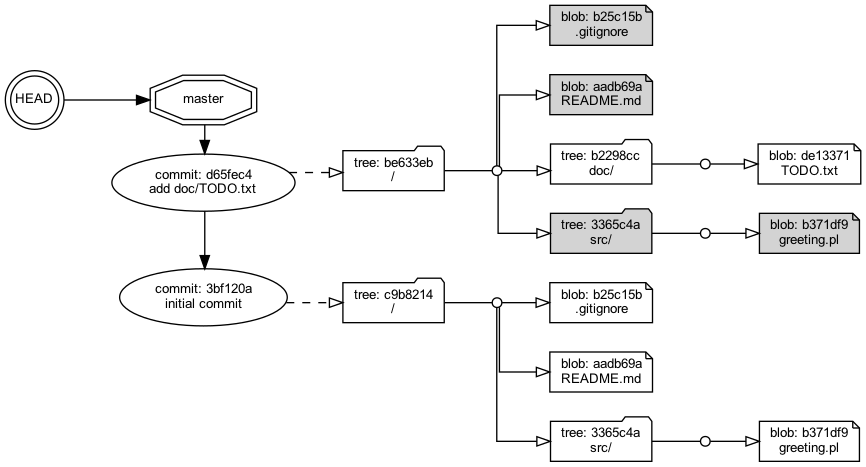
The Graphviz diagram work/dessin.png in kazurayam/kazurayam-git-repository-visitor, before a commit. Its source is kept beside it as work/dessin.dot.
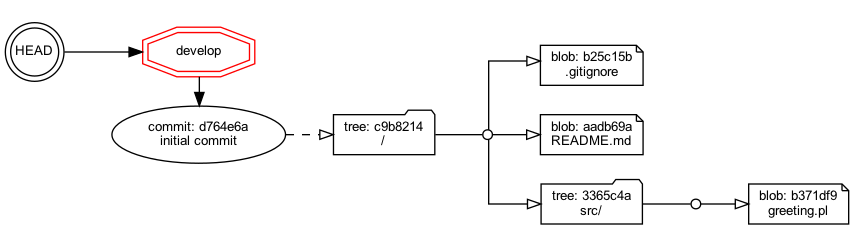
Above is the later version.

What changed in the source:
```diff
@@ -3,68 +3,34 @@
 	edge [arrowhead=onormal constraint=true fontname=arial fontsize=10]
 	graph [layout=dot nodesep=0.3 rank=max rankdir=LR ranksep=0.5 splines=ortho]
 	HEAD [label=HEAD fixedsize=true shape=doublecircle width=0.5]
-	master [label=master shape=doubleoctagon width=0.3]
-	master -> d65fec48140f4e1753cdd050c25cbba247d01516 [arrowhead=normal constraint=false minlen=1 weight=2]
-	d65fec48140f4e1753cdd050c25cbba247d01516 [label="commit: d65fec4
-add doc/TODO.txt" shape=ellipse]
-	d65fec48140f4e1753cdd050c25cbba247d01516 -> d65fec4_be633eb [style=dashed weight=2]
-	d65fec4_be633eb [label="tree: be633eb
+	develop [label=develop shape=doubleoctagon width=0.3]
+	develop -> d764e6afbf7bcf0ebd6f6b90a1201ccdab5af07f [arrowhead=normal constraint=false minlen=1 weight=2]
+	d764e6afbf7bcf0ebd6f6b90a1201ccdab5af07f [label="commit: d764e6a
+initial commit" shape=ellipse]
+	d764e6afbf7bcf0ebd6f6b90a1201ccdab5af07f -> d764e6a_c9b8214 [style=dashed weight=2]
+	d764e6a_c9b8214 [label="tree: c9b8214
 /" shape=folder]
-	d65fec4_be633eb__ [shape=point width=0.1]
-	d65fec4_be633eb -> d65fec4_be633eb__ [arrowhead=none weight=4]
-	d65fec4_b25c15b [label="blob: b25c15b
+	d764e6a_c9b8214__ [shape=point width=0.1]
+	d764e6a_c9b8214 -> d764e6a_c9b8214__ [arrowhead=none weight=4]
+	d764e6a_b25c15b [label="blob: b25c15b
 .gitignore"]
-	d65fec4_be633eb__ -> d65fec4_b25c15b
-	d65fec4_aadb69a [label="blob: aadb69a
+	d764e6a_c9b8214__ -> d764e6a_b25c15b
+	d764e6a_aadb69a [label="blob: aadb69a
 README.md"]
-	d65fec4_be633eb__ -> d65fec4_aadb69a
-	d65fec4_b2298cc [label="tree: b2298cc
-doc/" shape=folder]
-	d65fec4_b2298cc__ [shape=point width=0.1]
-	d65fec4_b2298cc -> d65fec4_b2298cc__ [arrowhead=none weight=4]
-	d65fec4_de13371 [label="blob: de13371
-TODO.txt"]
-	d65fec4_b2298cc__ -> d65fec4_de13371
-	d65fec4_be633eb__ -> d65fec4_b2298cc
-	d65fec4_3365c4a [label="tree: 3365c4a
+	d764e6a_c9b8214__ -> d764e6a_aadb69a
+	d764e6a_3365c4a [label="tree: 3365c4a
 src/" shape=folder]
-	d65fec4_3365c4a__ [shape=point width=0.1]
-	d65fec4_3365c4a -> d65fec4_3365c4a__ [arrowhead=none weight=4]
-	d65fec4_b371df9 [label="blob: b371df9
+	d764e6a_3365c4a__ [shape=point width=0.1]
+	d764e6a_3365c4a -> d764e6a_3365c4a__ [arrowhead=none weight=4]
+	d764e6a_b371df9 [label="blob: b371df9
 greeting.pl"]
-	d65fec4_3365c4a__ -> d65fec4_b371df9
-	d65fec4_be633eb__ -> d65fec4_3365c4a
-	d65fec48140f4e1753cdd050c25cbba247d01516 -> "3bf120a34baa526c4bde3a8b89397b2bccc497e4" [arrowhead=normal constraint=false minlen=2]
-	"3bf120a34baa526c4bde3a8b89397b2bccc497e4" [label="commit: 3bf120a
-initial commit" shape=ellipse]
-	"3bf120a34baa526c4bde3a8b89397b2bccc497e4" -> "3bf120a_c9b8214" [style=dashed weight=2]
-	"3bf120a_c9b8214" [label="tree: c9b8214
-/" shape=folder]
-	"3bf120a_c9b8214__" [shape=point width=0.1]
-	"3bf120a_c9b8214" -> "3bf120a_c9b8214__" [arrowhead=none weight=4]
-	"3bf120a_b25c15b" [label="blob: b25c15b
-.gitignore"]
-	"3bf120a_c9b8214__" -> "3bf120a_b25c15b"
-	"3bf120a_aadb69a" [label="blob: aadb69a
-README.md"]
-	"3bf120a_c9b8214__" -> "3bf120a_aadb69a"
-	"3bf120a_3365c4a" [label="tree: 3365c4a
-src/" shape=folder]
-	"3bf120a_3365c4a__" [shape=point width=0.1]
-	"3bf120a_3365c4a" -> "3bf120a_3365c4a__" [arrowhead=none weight=4]
-	"3bf120a_b371df9" [label="blob: b371df9
-greeting.pl"]
-	"3bf120a_3365c4a__" -> "3bf120a_b371df9"
-	"3bf120a_c9b8214__" -> "3bf120a_3365c4a"
+	d764e6a_3365c4a__ -> d764e6a_b371df9
+	d764e6a_c9b8214__ -> d764e6a_3365c4a
 	subgraph cluster_commits {
 		graph [color=white]
-		master
-		d65fec48140f4e1753cdd050c25cbba247d01516
-		"3bf120a34baa526c4bde3a8b89397b2bccc497e4"
+		develop
+		d764e6afbf7bcf0ebd6f6b90a1201ccdab5af07f
 	}
-	HEAD -> master [arrowhead=normal constraint=true minlen=1]
-	d65fec4_b25c15b [fillcolor=lightgrey]
-	d65fec4_aadb69a [fillcolor=lightgrey]
-	d65fec4_3365c4a [fillcolor=lightgrey]
-	d65fec4_b371df9 [fillcolor=lightgrey]
+	HEAD -> develop [arrowhead=normal constraint=true minlen=1]
+	develop [color=red]
 }
```
